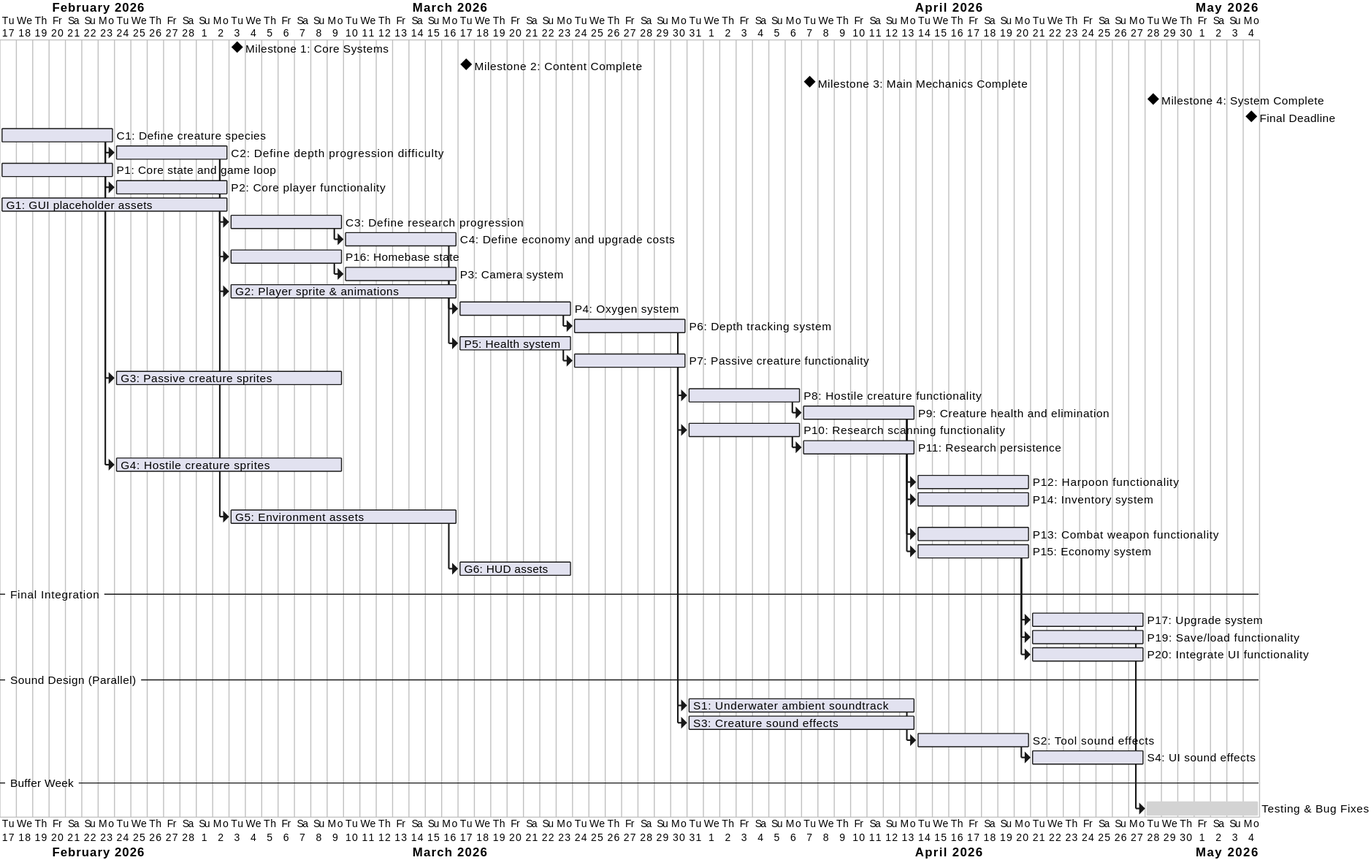
Before: diagrams/gantt_chart/project_timeline.svg, a diagram exported from PlantUML (jairosang/the_deep).
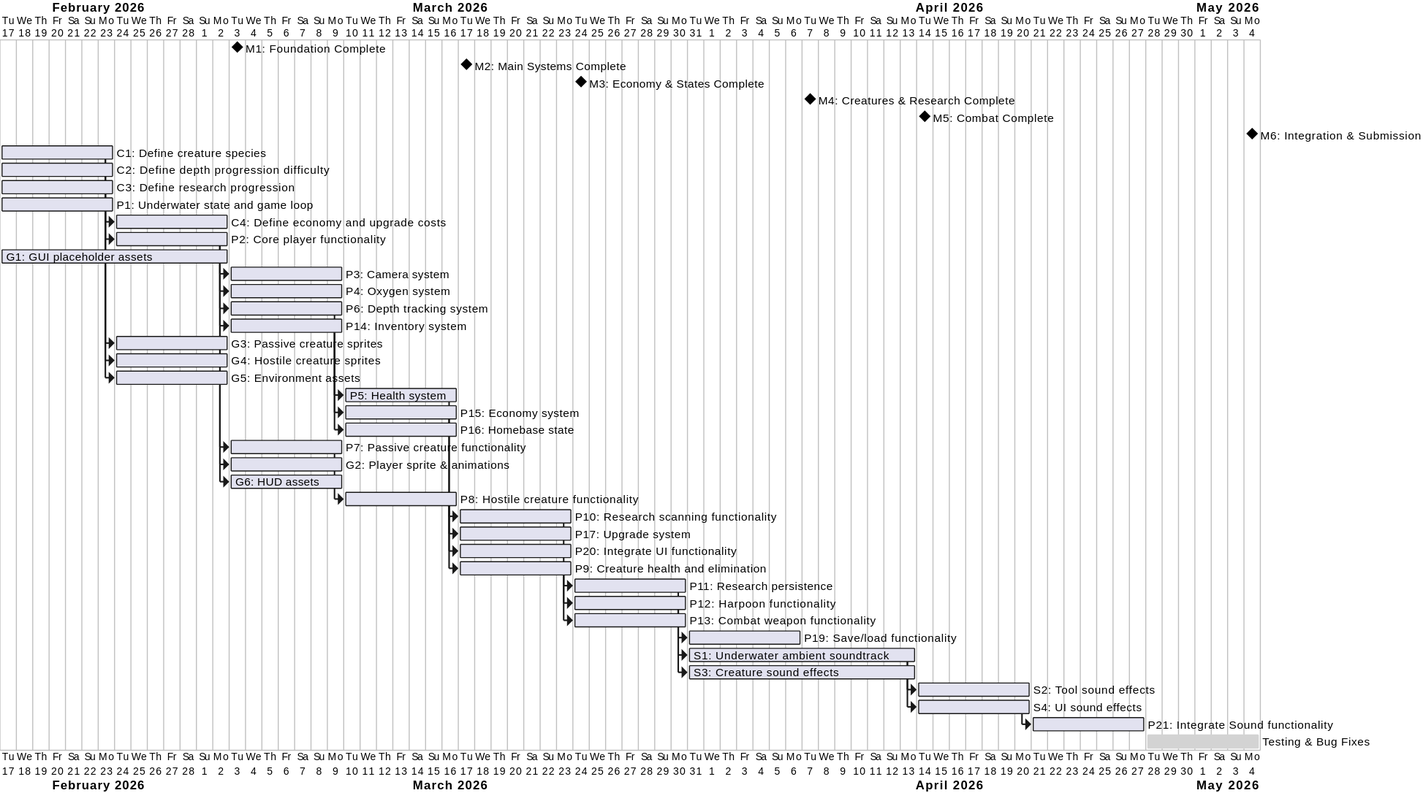
The same file after the commit.

Commit message:
refactored gantt diagram for better and more clear dependencies and order

Change to the diagram source:
```diff
@@ -1,113 +1,158 @@
-@startgantt ProjectTimeline
+@startgantt project_timeline
 scale 1.0
 printscale daily
 Project starts 2026-02-17
 
-[Milestone 1: Core Systems] happens at 2026-03-03
-[Milestone 2: Content Complete] happens at 2026-03-17
-[Milestone 3: Main Mechanics Complete] happens at 2026-04-07
-[Milestone 4: System Complete] happens at 2026-04-28
-[Final Deadline] happens at 2026-05-04
+[M1: Foundation Complete] happens at 2026-03-03
+[M2: Main Systems Complete] happens at 2026-03-17
+[M3: Economy & States Complete] happens at 2026-03-24
+[M4: Creatures & Research Complete] happens at 2026-04-07
+[M5: Combat Complete] happens at 2026-04-14
+[M6: Integration & Submission] happens at 2026-05-04
 
 
 [C1: Define creature species] starts 2026-02-17
 [C1: Define creature species] lasts 1 weeks
-[C2: Define depth progression difficulty] starts at [C1: Define creature species]'s end
+[C2: Define depth progression difficulty] starts 2026-02-17
 [C2: Define depth progression difficulty] lasts 1 weeks
+[C3: Define research progression] starts 2026-02-17
+[C3: Define research progression] lasts 1 weeks
 
-[P1: Core state and game loop] starts 2026-02-17
-[P1: Core state and game loop] lasts 1 weeks
-[P2: Core player functionality] starts at [P1: Core state and game loop]'s end
+[P1: Underwater state and game loop] starts 2026-02-17
+[P1: Underwater state and game loop] lasts 1 weeks
+
+
+
+
+
+
+[C4: Define economy and upgrade costs] starts at [C3: Define research progression]'s end
+[C4: Define economy and upgrade costs] lasts 1 weeks
+
+[P2: Core player functionality] starts at [P1: Underwater state and game loop]'s end
 [P2: Core player functionality] lasts 1 weeks
 
 [G1: GUI placeholder assets] starts 2026-02-17
 [G1: GUI placeholder assets] lasts 2 weeks
 
 
-[C3: Define research progression] starts at [C2: Define depth progression difficulty]'s end
-[C3: Define research progression] lasts 1 weeks
-[C4: Define economy and upgrade costs] starts at [C3: Define research progression]'s end
-[C4: Define economy and upgrade costs] lasts 1 weeks
 
-[P16: Homebase state] starts at [P2: Core player functionality]'s end
+
+
+
+
+
+[P3: Camera system] starts at [P2: Core player functionality]'s end
+[P3: Camera system] lasts 1 weeks
+[P4: Oxygen system] starts at [P2: Core player functionality]'s end
+[P4: Oxygen system] lasts 1 weeks
+[P6: Depth tracking system] starts at [P2: Core player functionality]'s end
+[P6: Depth tracking system] lasts 1 weeks
+[P14: Inventory system] starts at [P2: Core player functionality]'s end
+[P14: Inventory system] lasts 1 weeks
+
+[G3: Passive creature sprites] starts at [C1: Define creature species]'s end
+[G3: Passive creature sprites] lasts 1 weeks
+[G4: Hostile creature sprites] starts at [C1: Define creature species]'s end
+[G4: Hostile creature sprites] lasts 1 weeks
+
+[G5: Environment assets] starts at [C2: Define depth progression difficulty]'s end
+[G5: Environment assets] lasts 1 weeks
+
+
+
+
+
+
+[P5: Health system] starts at [P6: Depth tracking system]'s end
+[P5: Health system] lasts 1 weeks
+
+[P15: Economy system] starts at [P14: Inventory system]'s end
+[P15: Economy system] lasts 1 weeks
+[P16: Homebase state] starts at [P14: Inventory system]'s end
 [P16: Homebase state] lasts 1 weeks
-[P3: Camera system] starts at [P16: Homebase state]'s end
-[P3: Camera system] lasts 1 weeks
+
+[P7: Passive creature functionality] starts at [P2: Core player functionality]'s end
+[P7: Passive creature functionality] lasts 1 weeks
 
 [G2: Player sprite & animations] starts at [G1: GUI placeholder assets]'s end
-[G2: Player sprite & animations] lasts 2 weeks
+[G2: Player sprite & animations] lasts 1 weeks
+[G6: HUD assets] starts at [G5: Environment assets]'s end
+[G6: HUD assets] lasts 1 weeks
 
 
-[P4: Oxygen system] starts at [C4: Define economy and upgrade costs]'s end
-[P4: Oxygen system] lasts 1 weeks
-[P6: Depth tracking system] starts at [P4: Oxygen system]'s end
-[P6: Depth tracking system] lasts 1 weeks
-
-[P5: Health system] starts at [P3: Camera system]'s end
-[P5: Health system] lasts 1 weeks
-[P7: Passive creature functionality] starts at [P5: Health system]'s end
-[P7: Passive creature functionality] lasts 1 weeks
-
-[G3: Passive creature sprites] starts at [C1: Define creature species]'s end
-[G3: Passive creature sprites] lasts 2 weeks
 
 
-[P8: Hostile creature functionality] starts at [P6: Depth tracking system]'s end
+
+
+
+[P8: Hostile creature functionality] starts at [P7: Passive creature functionality]'s end
 [P8: Hostile creature functionality] lasts 1 weeks
+
+[P10: Research scanning functionality] starts at [P8: Hostile creature functionality]'s end
+[P10: Research scanning functionality] lasts 1 weeks
+
+[P17: Upgrade system] starts at [P15: Economy system]'s end
+[P17: Upgrade system] lasts 1 weeks
+
+[P20: Integrate UI functionality] starts at [P5: Health system]'s end
+[P20: Integrate UI functionality] lasts 1 weeks
+
+
+
+
+
+
 [P9: Creature health and elimination] starts at [P8: Hostile creature functionality]'s end
 [P9: Creature health and elimination] lasts 1 weeks
 
-[P10: Research scanning functionality] starts at [P7: Passive creature functionality]'s end
-[P10: Research scanning functionality] lasts 1 weeks
 [P11: Research persistence] starts at [P10: Research scanning functionality]'s end
 [P11: Research persistence] lasts 1 weeks
 
-[G4: Hostile creature sprites] starts at [C1: Define creature species]'s end
-[G4: Hostile creature sprites] lasts 2 weeks
+
+
+
 
 
 [P12: Harpoon functionality] starts at [P9: Creature health and elimination]'s end
 [P12: Harpoon functionality] lasts 1 weeks
-
-[P14: Inventory system] starts at [P11: Research persistence]'s end
-[P14: Inventory system] lasts 1 weeks
-
-[G5: Environment assets] starts at [C2: Define depth progression difficulty]'s end
-[G5: Environment assets] lasts 2 weeks
-
-
 [P13: Combat weapon functionality] starts at [P9: Creature health and elimination]'s end
 [P13: Combat weapon functionality] lasts 1 weeks
 
-[P15: Economy system] starts at [P9: Creature health and elimination]'s end
-[P15: Economy system] lasts 1 weeks
+[P19: Save/load functionality] starts at [P11: Research persistence]'s end
+[P19: Save/load functionality] lasts 1 weeks
 
-[G6: HUD assets] starts at [G5: Environment assets]'s end
-[G6: HUD assets] lasts 1 weeks
 
--- Final Integration --
 
-[P17: Upgrade system] starts at [P15: Economy system]'s end
-[P17: Upgrade system] lasts 1 weeks
-[P19: Save/load functionality] starts at [P15: Economy system]'s end
-[P19: Save/load functionality] lasts 1 weeks
-[P20: Integrate UI functionality] starts at [P15: Economy system]'s end
-[P20: Integrate UI functionality] lasts 1 weeks
 
--- Sound Design (Parallel) --
 
-[S1: Underwater ambient soundtrack] starts at [P7: Passive creature functionality]'s end
+
+
+[S1: Underwater ambient soundtrack] starts at [P12: Harpoon functionality]'s end
 [S1: Underwater ambient soundtrack] lasts 2 weeks
-[S3: Creature sound effects] starts at [P7: Passive creature functionality]'s end
+[S3: Creature sound effects] starts at [P12: Harpoon functionality]'s end
 [S3: Creature sound effects] lasts 2 weeks
+
 [S2: Tool sound effects] starts at [S1: Underwater ambient soundtrack]'s end
 [S2: Tool sound effects] lasts 1 weeks
-[S4: UI sound effects] starts at [S2: Tool sound effects]'s end
+[S4: UI sound effects] starts at [S1: Underwater ambient soundtrack]'s end
 [S4: UI sound effects] lasts 1 weeks
 
--- Buffer Week --
 
-[Testing & Bug Fixes] starts at [P17: Upgrade system]'s end
+
+
+
+
+
+[P21: Integrate Sound functionality] starts at [S4: UI sound effects]'s end
+[P21: Integrate Sound functionality] lasts 1 weeks
+
+
+
+
+
+
+[Testing & Bug Fixes] starts 2026-04-28
 [Testing & Bug Fixes] lasts 1 weeks and is colored in LightGray
 
 @endgantt
```
